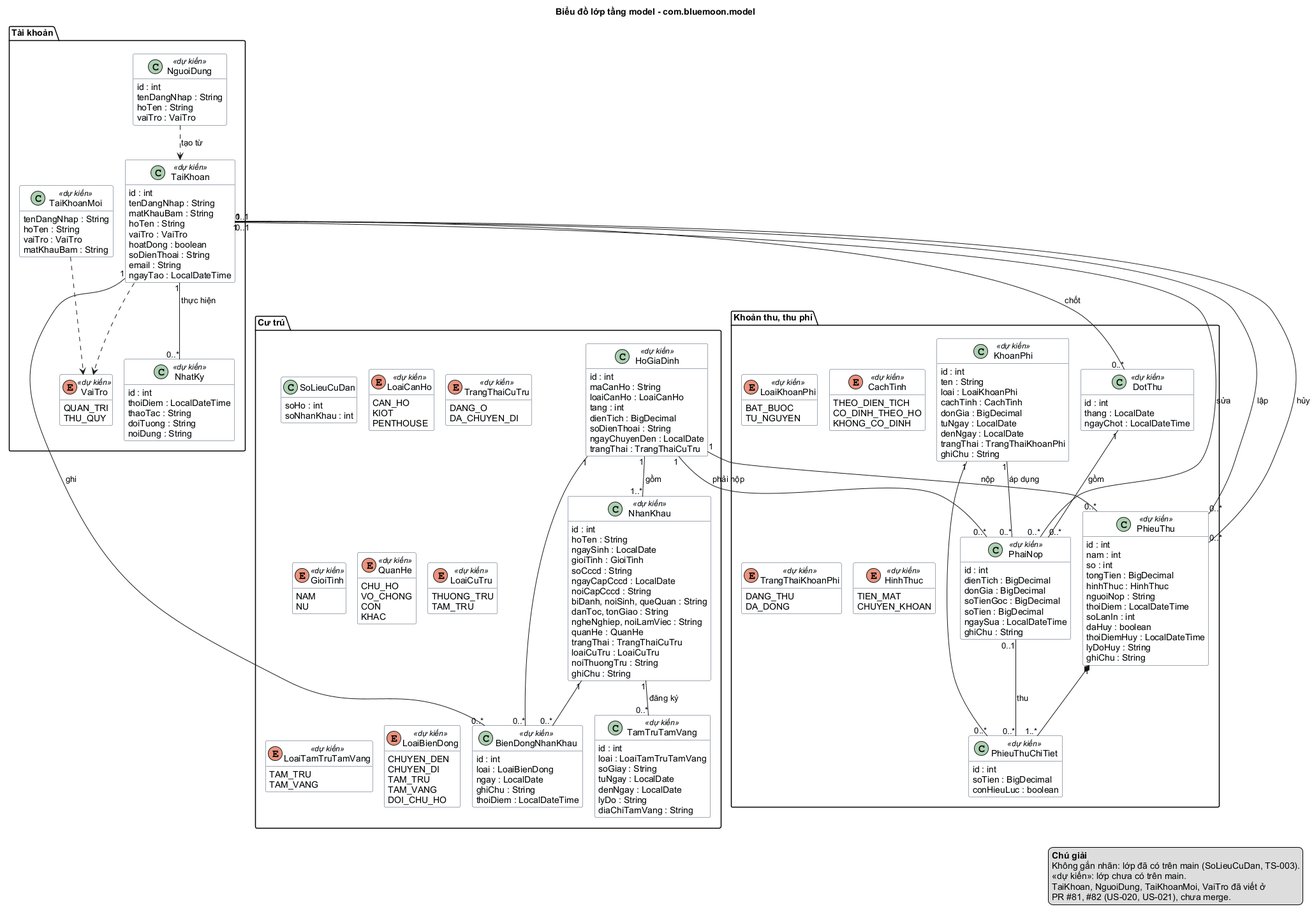
This is docs/design/so-do/bieu-do-lop-model.png from khanhdoan4106/IT3180-NMCNPM-GR16-20261, a PlantUML export, as it was before one commit. Its source is kept beside it as docs/design/so-do/bieu-do-lop-model.puml.
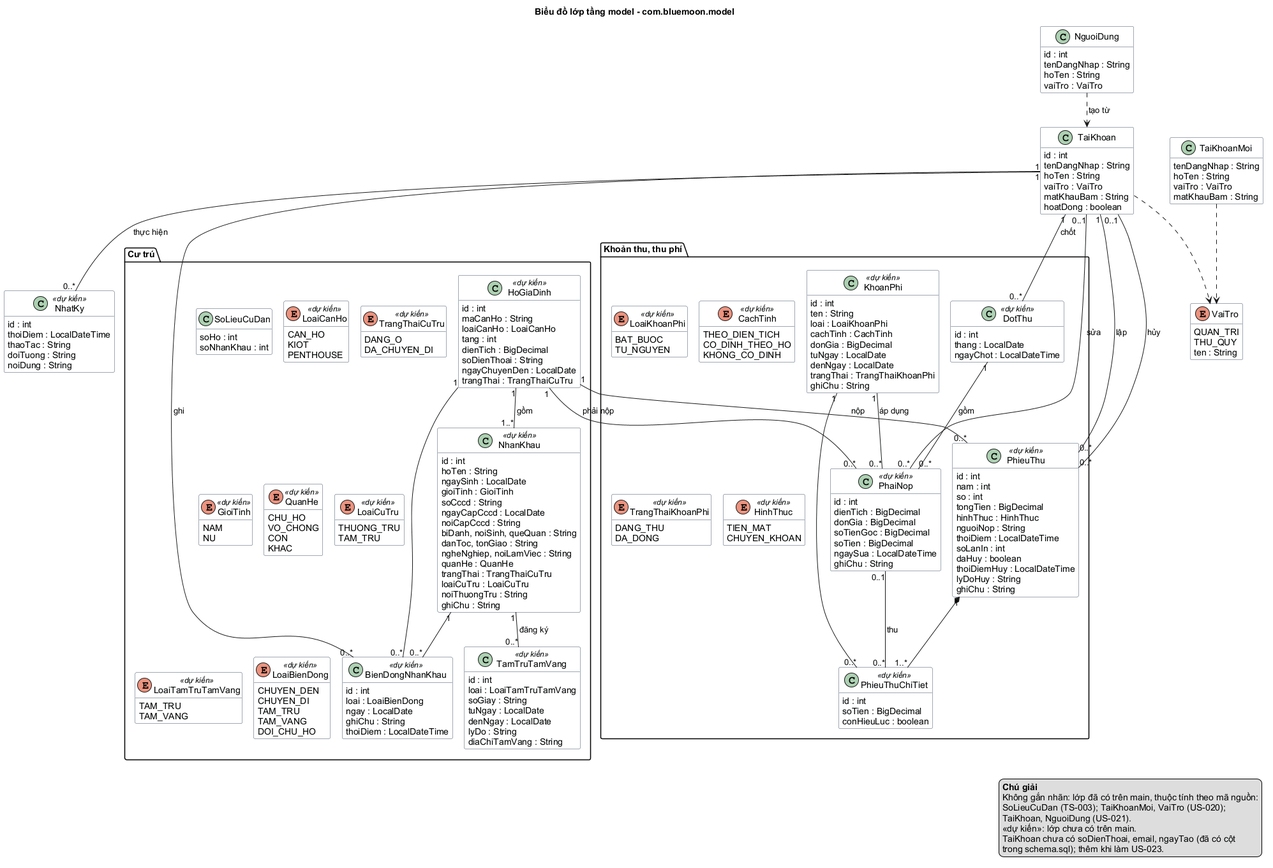
The same diagram one commit later.

Commit message:
docs(so-do): đặt tên luồng kho trong DFD mức 1, cập nhật biểu đồ lớp model

What changed in the source:
```diff
@@ -11,29 +11,27 @@
 
 title Biểu đồ lớp tầng model – com.bluemoon.model
 
-package "Tài khoản" {
-  class TaiKhoan <<dự kiến>> {
+
+  class TaiKhoan {
     id : int
     tenDangNhap : String
-    matKhauBam : String
     hoTen : String
     vaiTro : VaiTro
+    matKhauBam : String
     hoatDong : boolean
-    soDienThoai : String
-    email : String
-    ngayTao : LocalDateTime
   }
-  enum VaiTro <<dự kiến>> {
+  enum VaiTro {
     QUAN_TRI
     THU_QUY
+    ten : String
   }
-  class NguoiDung <<dự kiến>> {
+  class NguoiDung {
     id : int
     tenDangNhap : String
     hoTen : String
     vaiTro : VaiTro
   }
-  class TaiKhoanMoi <<dự kiến>> {
+  class TaiKhoanMoi {
     tenDangNhap : String
     hoTen : String
     vaiTro : VaiTro
@@ -46,7 +44,6 @@
     doiTuong : String
     noiDung : String
   }
-}
 
 package "Cư trú" {
   class HoGiaDinh <<dự kiến>> {
@@ -220,9 +217,11 @@
 
 legend right
   <b>Chú giải</b>
-  Không gắn nhãn: lớp đã có trên main (SoLieuCuDan, TS-003).
+  Không gắn nhãn: lớp đã có trên main, thuộc tính theo mã nguồn:
+  SoLieuCuDan (TS-003); TaiKhoanMoi, VaiTro (US-020);
+  TaiKhoan, NguoiDung (US-021).
   «dự kiến»: lớp chưa có trên main.
-  TaiKhoan, NguoiDung, TaiKhoanMoi, VaiTro đã viết ở
-  PR #81, #82 (US-020, US-021), chưa merge.
+  TaiKhoan chưa có soDienThoai, email, ngayTao (đã có cột
+  trong schema.sql); thêm khi làm US-023.
 endlegend
 @enduml
```
